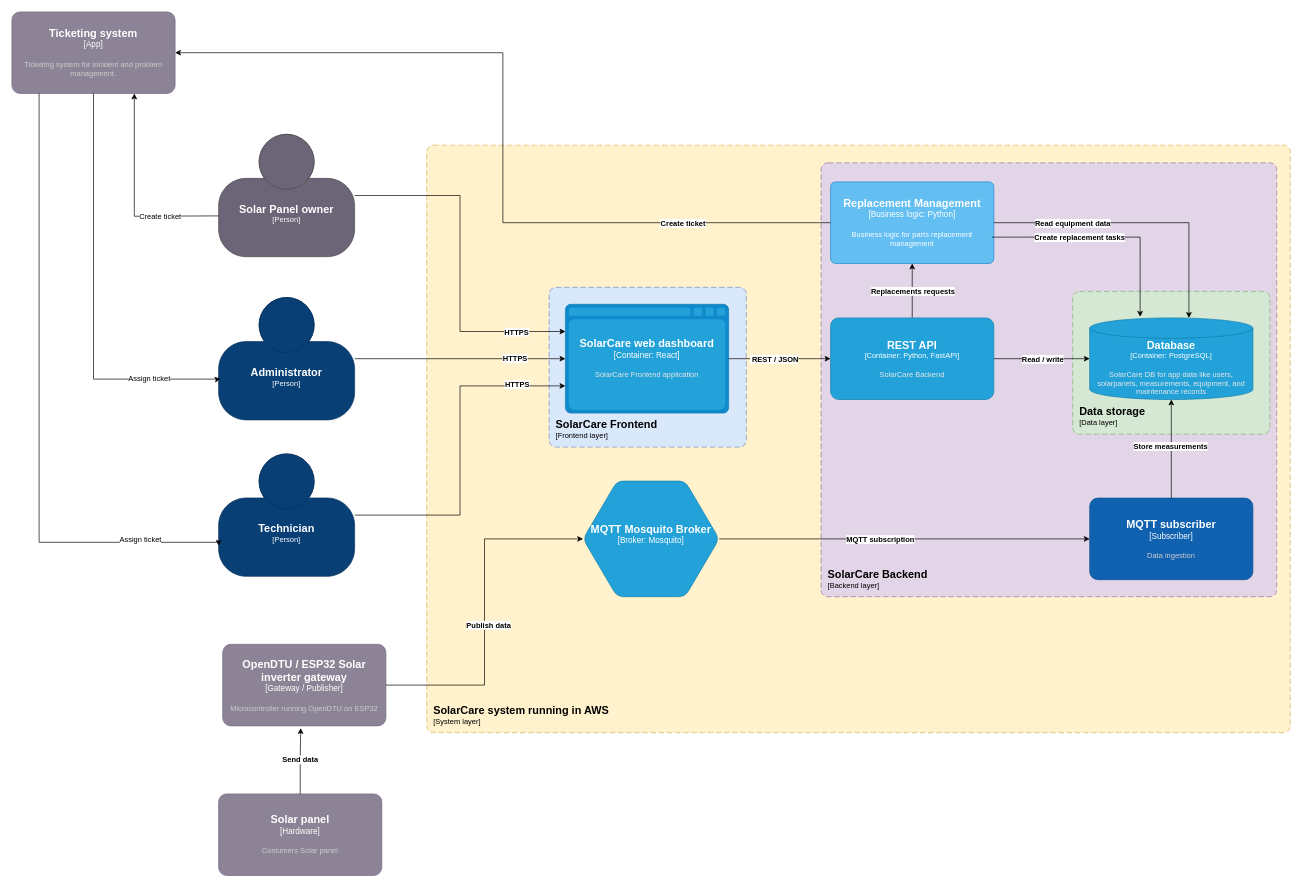
The draw.io diagram diagrams/architecture/SolarCare.drawio in SolarCare-school-project/SolarCare, before the edit. Source tidied: cells renumbered, new cells numbered last; positions are measured from the earlier drawing's top-left corner, leaving out a move shared by most shapes. Both pictures are drawn from the tidied source at 68%, with x=0, y=0 at pixel (12, 12).
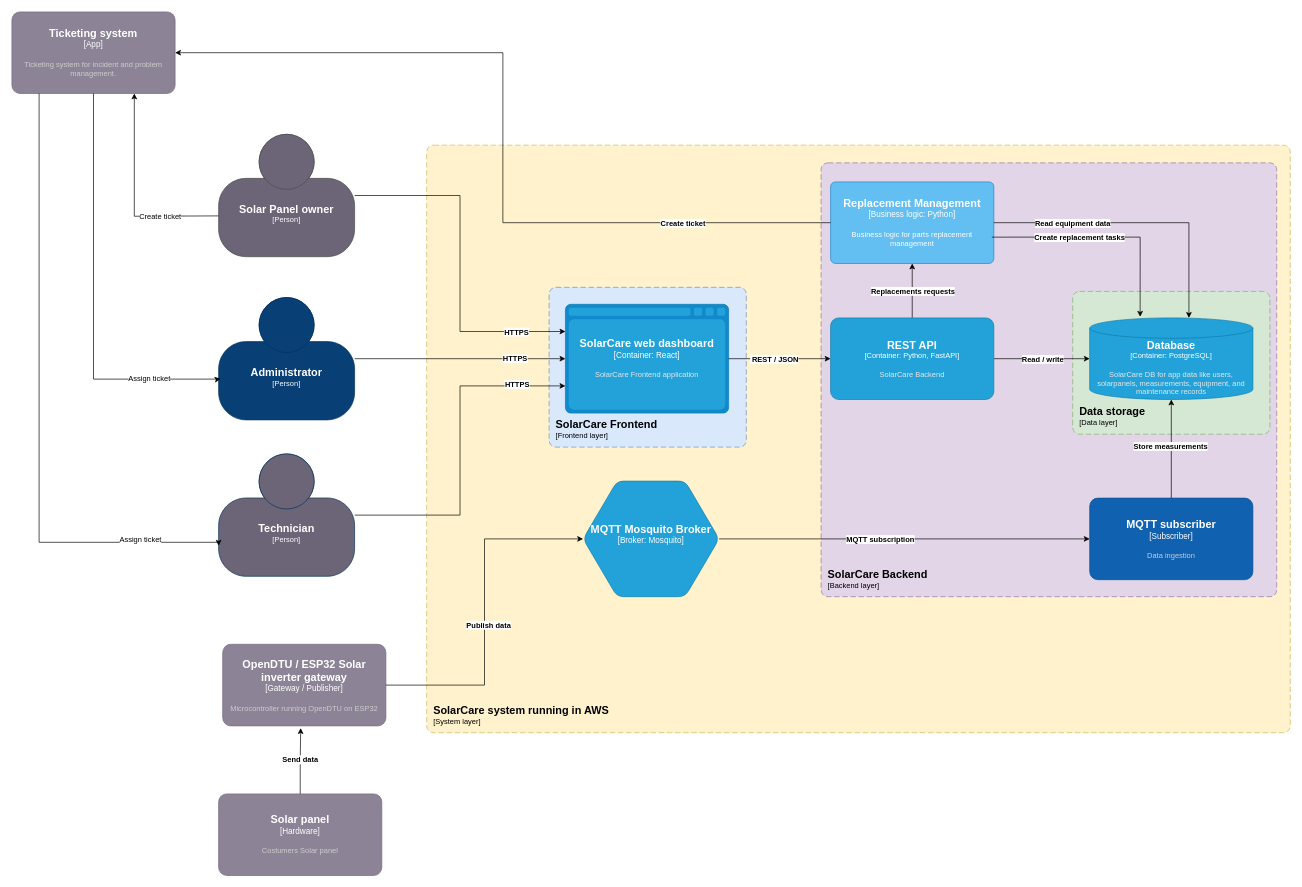
After the change.

Commit message (it also covers changes not shown here):
Update architecture diagram with improved layout and color adjustments

What changed in the source:
```diff
@@
     <object id="10" label="&lt;font style=&quot;font-size: 16px&quot;&gt;&lt;b&gt;%c4Name%&lt;/b&gt;&lt;/font&gt;&lt;div&gt;[%c4Type%]&lt;/div&gt;&lt;br&gt;&lt;div&gt;&lt;font style=&quot;font-size: 11px&quot;&gt;&lt;font color=&quot;#cccccc&quot;&gt;%c4Description%&lt;/font&gt;&lt;/div&gt;" c4Description="" c4Name="Technician" c4Type="Person" placeholders="1">
-      <mxCell style="html=1;fontSize=11;dashed=0;whiteSpace=wrap;fillColor=#083F75;strokeColor=#06315C;fontColor=#ffffff;shape=mxgraph.c4.person2;align=center;points=[[0.5,0,0],[1,0.5,0],[1,0.75,0],[0.75,1,0],[0.5,1,0],[0.25,1,0],[0,0.75,0],[0,0.5,0]];" parent="1" vertex="1">
+      <mxCell style="html=1;fontSize=11;dashed=0;whiteSpace=wrap;fillColor=#6C6477;strokeColor=#06315C;fontColor=#ffffff;shape=mxgraph.c4.person2;align=center;points=[[0.5,0,0],[1,0.5,0],[1,0.75,0],[0.75,1,0],[0.5,1,0],[0.25,1,0],[0,0.75,0],[0,0.5,0]];" parent="1" vertex="1">
         <mxGeometry x="304" y="650" width="200" height="180" as="geometry" />
       </mxCell>
     </object>
```
